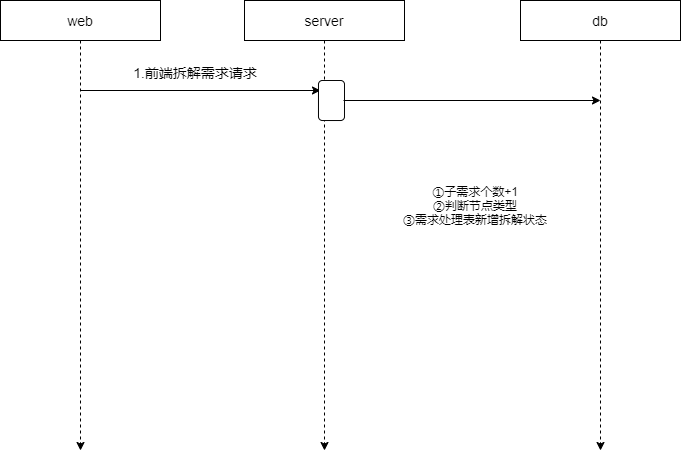
Before: Company/requirement.png, a diagram exported from draw.io (LePeitiPrince/note-picture). Source tidied: cells renumbered, new cells last; positions are measured from the earlier drawing's top-left corner, leaving out a move shared by most shapes.
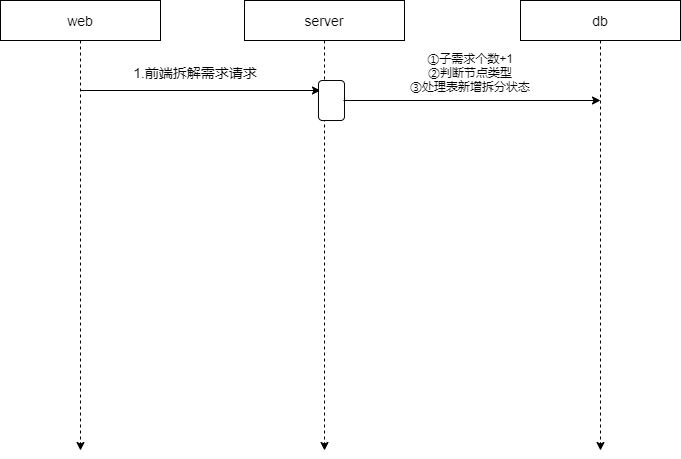
Later version of the same file.

The edit, as a diff of the source:
```diff
@@ -44,8 +44,8 @@
         <mxPoint x="600" y="100" as="targetPoint" />
       </mxGeometry>
     </mxCell>
-    <mxCell id="12" value="①子需求个数+1&lt;br&gt;②判断节点类型&lt;br&gt;③需求处理表新增拆解状态" style="text;html=1;strokeColor=none;fillColor=none;align=center;verticalAlign=middle;whiteSpace=wrap;rounded=0;fontSize=12;" parent="1" vertex="1">
-      <mxGeometry x="400" y="190" width="150" height="30" as="geometry" />
+    <mxCell id="12" value="①子需求个数+1&lt;br&gt;②判断节点类型&lt;br&gt;③处理表新增拆分状态" style="text;html=1;strokeColor=none;fillColor=none;align=center;verticalAlign=middle;whiteSpace=wrap;rounded=0;fontSize=12;" parent="1" vertex="1">
+      <mxGeometry x="360" y="57" width="220" height="30" as="geometry" />
     </mxCell>
   </root>
 </mxGraphModel>
```
